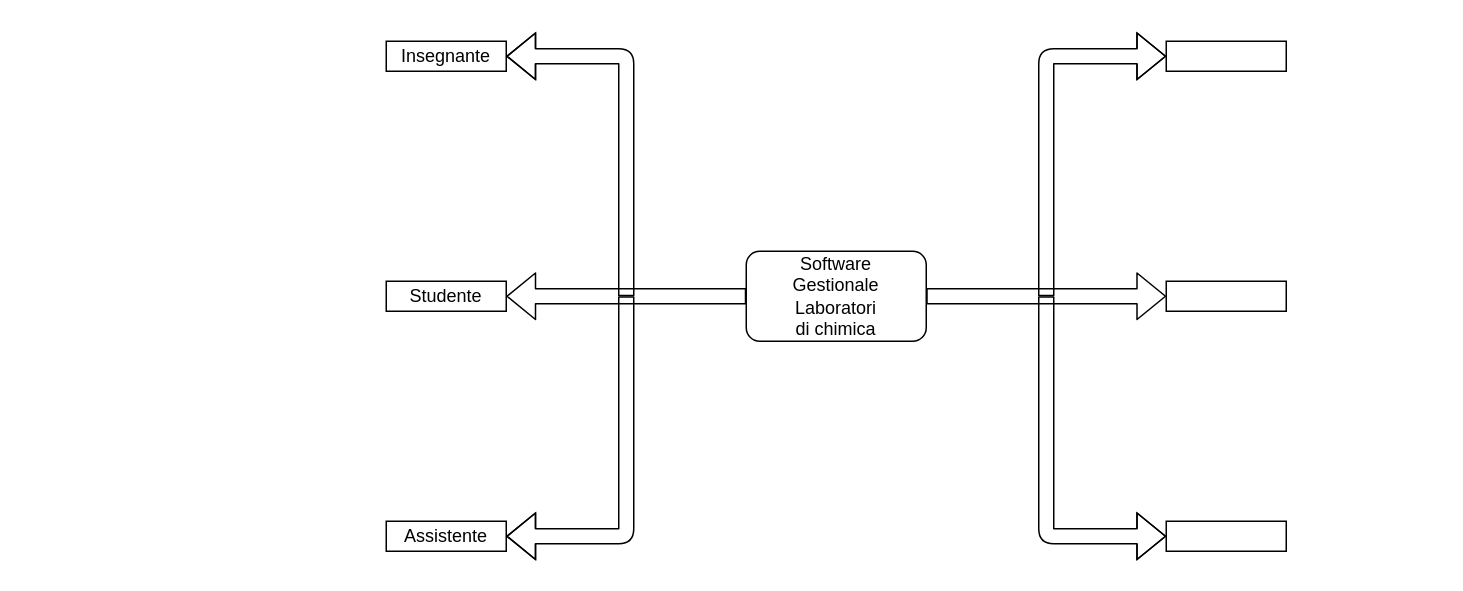
Above: SplitTree.drawio in MilaniFrancesco7/Scuola (draw.io), before the change. Source tidied: cells renumbered, new cells numbered last; positions are measured from the earlier drawing's top-left corner, leaving out a move shared by most shapes. Both pictures are drawn from the tidied source at 150%, with x=0, y=0 at pixel (386, 40).
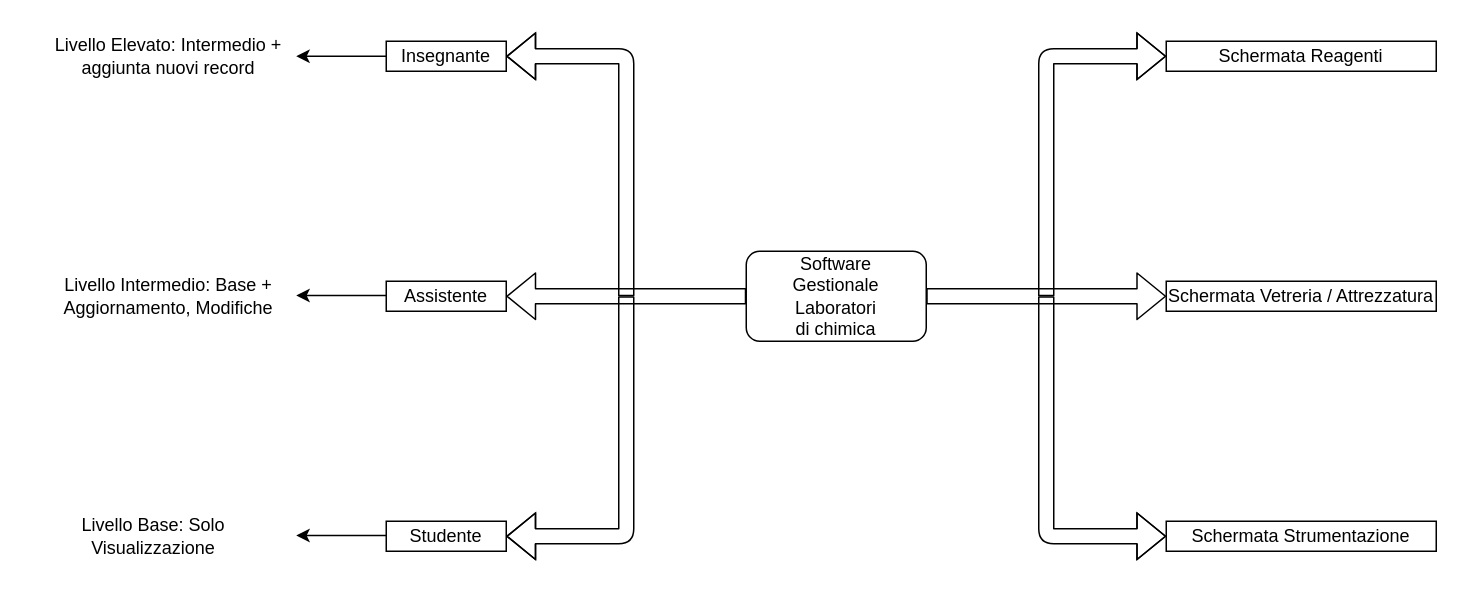
The same page after the edit.

The change refers to these unchanged cells:
```xml
<mxCell id="7" style="rounded=0;whiteSpace=wrap;html=1;" parent="1" vertex="1">
  <mxGeometry width="80" height="20" as="geometry" />
</mxCell>
```

What changed in the source:
```diff
@@
     <mxCell id="9" style="rounded=0;whiteSpace=wrap;html=1;" parent="1" vertex="1">
-      <mxGeometry y="160" width="80" height="20" as="geometry" />
+      <mxGeometry y="320" width="80" height="20" as="geometry" />
     </mxCell>
     <mxCell id="10" style="rounded=0;whiteSpace=wrap;html=1;" parent="1" vertex="1">
-      <mxGeometry y="320" width="80" height="20" as="geometry" />
+      <mxGeometry y="160" width="80" height="20" as="geometry" />
     </mxCell>
     <mxCell id="11" value="Studente" style="text;html=1;strokeColor=none;fillColor=none;align=center;verticalAlign=middle;whiteSpace=wrap;rounded=0;" parent="1" vertex="1">
-      <mxGeometry x="20" y="160" width="40" height="20" as="geometry" />
+      <mxGeometry x="20" y="320" width="40" height="20" as="geometry" />
     </mxCell>
     <mxCell id="12" value="Assistente" style="text;html=1;strokeColor=none;fillColor=none;align=center;verticalAlign=middle;whiteSpace=wrap;rounded=0;" parent="1" vertex="1">
-      <mxGeometry x="20" y="320" width="40" height="20" as="geometry" />
+      <mxGeometry x="20" y="160" width="40" height="20" as="geometry" />
     </mxCell>
@@
-    <mxCell id="16" style="rounded=0;whiteSpace=wrap;html=1;" parent="1" vertex="1">
-      <mxGeometry x="520" width="80" height="20" as="geometry" />
+    <mxCell id="16" value="Schermata Reagenti" style="rounded=0;whiteSpace=wrap;html=1;" parent="1" vertex="1">
+      <mxGeometry x="520" width="180" height="20" as="geometry" />
     </mxCell>
-    <mxCell id="17" style="rounded=0;whiteSpace=wrap;html=1;" parent="1" vertex="1">
-      <mxGeometry x="520" y="160" width="80" height="20" as="geometry" />
+    <mxCell id="17" value="Schermata Vetreria / Attrezzatura" style="rounded=0;whiteSpace=wrap;html=1;" parent="1" vertex="1">
+      <mxGeometry x="520" y="160" width="180" height="20" as="geometry" />
     </mxCell>
-    <mxCell id="18" style="rounded=0;whiteSpace=wrap;html=1;" parent="1" vertex="1">
-      <mxGeometry x="520" y="320" width="80" height="20" as="geometry" />
+    <mxCell id="18" value="Schermata Strumentazione" style="rounded=0;whiteSpace=wrap;html=1;" parent="1" vertex="1">
+      <mxGeometry x="520" y="320" width="180" height="20" as="geometry" />
     </mxCell>
+    <mxCell id="19" style="endArrow=classic;html=1;strokeWidth=1;exitX=0;exitY=0.5;exitDx=0;exitDy=0;" parent="1" edge="1" source="7">
+      <mxGeometry relative="1" as="geometry">
+        <mxPoint x="-60" y="10" as="targetPoint" />
+      </mxGeometry>
+    </mxCell>
+    <mxCell id="20" value="Livello Elevato: Intermedio + aggiunta nuovi record" style="text;html=1;strokeColor=none;fillColor=none;align=center;verticalAlign=middle;whiteSpace=wrap;rounded=0;" parent="1" vertex="1">
+      <mxGeometry x="-230" y="-10" width="170" height="40" as="geometry" />
+    </mxCell>
+    <mxCell id="21" value="Livello Base: Solo Visualizzazione" style="text;html=1;strokeColor=none;fillColor=none;align=center;verticalAlign=middle;whiteSpace=wrap;rounded=0;" parent="1" vertex="1">
+      <mxGeometry x="-240" y="310" width="170" height="40" as="geometry" />
+    </mxCell>
+    <mxCell id="22" value="Livello Intermedio: Base + Aggiornamento, Modifiche" style="text;html=1;strokeColor=none;fillColor=none;align=center;verticalAlign=middle;whiteSpace=wrap;rounded=0;" parent="1" vertex="1">
+      <mxGeometry x="-230" y="150" width="170" height="40" as="geometry" />
+    </mxCell>
+    <mxCell id="23" style="endArrow=classic;html=1;strokeWidth=1;exitX=0;exitY=0.5;exitDx=0;exitDy=0;" parent="1" edge="1">
+      <mxGeometry relative="1" as="geometry">
+        <mxPoint y="329.5" as="sourcePoint" />
+        <mxPoint x="-60" y="329.5" as="targetPoint" />
+      </mxGeometry>
+    </mxCell>
+    <mxCell id="24" style="endArrow=classic;html=1;strokeWidth=1;exitX=0;exitY=0.5;exitDx=0;exitDy=0;" parent="1" edge="1">
+      <mxGeometry relative="1" as="geometry">
+        <mxPoint y="169.5" as="sourcePoint" />
+        <mxPoint x="-60" y="169.5" as="targetPoint" />
+      </mxGeometry>
+    </mxCell>
```
